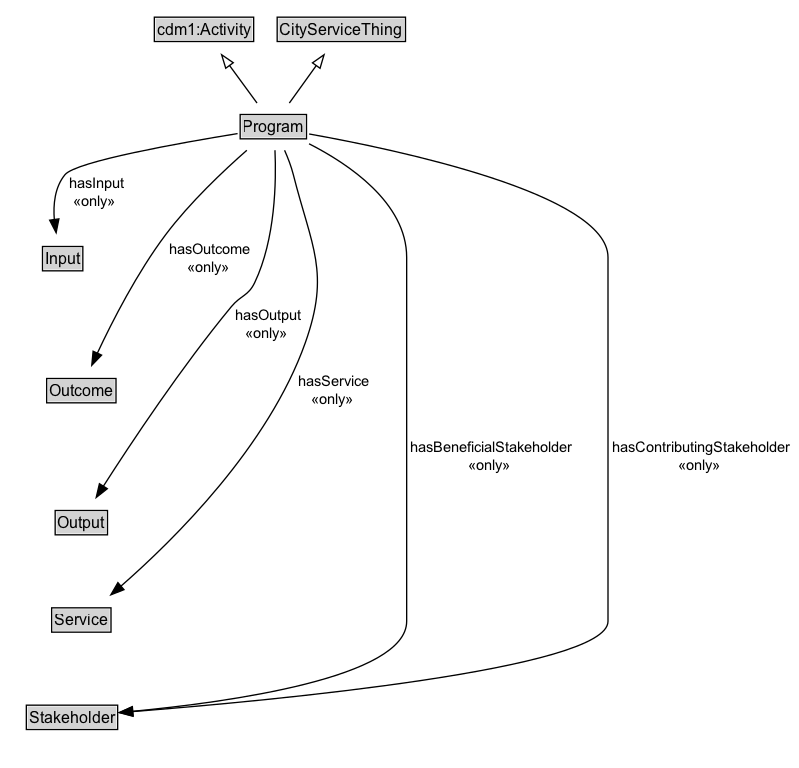
Above: docs/diagrams/Program.dot.png in ISO-TC204/ontology-cdm-p2-v1 (Graphviz), before the change. Its source is kept beside it as docs/diagrams/Program.dot.
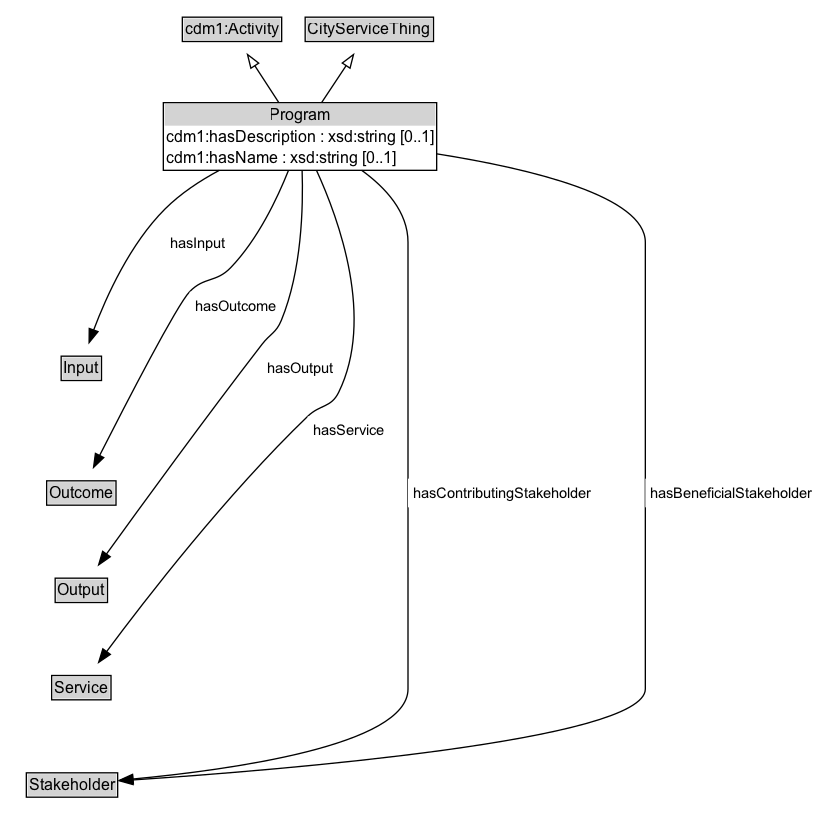
Later version of the same file.

Change to the diagram source:
```diff
@@ -3,21 +3,24 @@
 	node [fontname=Arial fontsize=12 margin=0 shape=none]
 	edge [fontname=Arial fontsize=11]
 	{
+		rank=source
+		cdm1_Activity [label=<<TABLE BORDER="1" CELLBORDER="0" CELLSPACING="0" CELLPADDING="1"><TR><TD BGCOLOR="lightgray" ALIGN="CENTER">cdm1:Activity</TD></TR></TABLE>> URL="https://w3id.org/citydata/part1/v1/Activity" margin=0]
+		CityServiceThing [label=<<TABLE BORDER="1" CELLBORDER="0" CELLSPACING="0" CELLPADDING="1"><TR><TD BGCOLOR="lightgray" ALIGN="CENTER">CityServiceThing</TD></TR></TABLE>> URL="../CityServiceThing" margin=0]
+	}
+	Program [label=<<TABLE BORDER="1" CELLBORDER="0" CELLSPACING="0" CELLPADDING="1"><TR><TD BGCOLOR="lightgray" ALIGN="CENTER">Program</TD></TR><TR><TD ALIGN="LEFT">cdm1:hasDescription : xsd:string [0..1]</TD></TR><TR><TD ALIGN="LEFT">cdm1:hasName : xsd:string [0..1]</TD></TR></TABLE>> URL="../Program" margin=0]
+	{
 		rank=max
-		Program [label=<<TABLE BORDER="1" CELLBORDER="0" CELLSPACING="0" CELLPADDING="1"><TR><TD BGCOLOR="lightgray" ALIGN="CENTER" PORT="e">Program</TD></TR></TABLE>> URL="../Program.md" margin=0]
 	}
 	subgraph cluster_associated {
 		label="" style=invis
 		Invis [label=<<TABLE BORDER="0" CELLBORDER="0" CELLSPACING="0" CELLPADDING="1"><TR><TD></TD></TR></TABLE>> margin=0 style=invis]
-		Input [label=<<TABLE BORDER="1" CELLBORDER="0" CELLSPACING="0" CELLPADDING="1"><TR><TD BGCOLOR="lightgray" ALIGN="CENTER">Input</TD></TR></TABLE>> URL="../Input.md" margin=0]
-		Outcome [label=<<TABLE BORDER="1" CELLBORDER="0" CELLSPACING="0" CELLPADDING="1"><TR><TD BGCOLOR="lightgray" ALIGN="CENTER">Outcome</TD></TR></TABLE>> URL="../Outcome.md" margin=0]
-		Output [label=<<TABLE BORDER="1" CELLBORDER="0" CELLSPACING="0" CELLPADDING="1"><TR><TD BGCOLOR="lightgray" ALIGN="CENTER">Output</TD></TR></TABLE>> URL="../Output.md" margin=0]
-		Service [label=<<TABLE BORDER="1" CELLBORDER="0" CELLSPACING="0" CELLPADDING="1"><TR><TD BGCOLOR="lightgray" ALIGN="CENTER">Service</TD></TR></TABLE>> URL="../Service.md" margin=0]
-		Stakeholder [label=<<TABLE BORDER="1" CELLBORDER="0" CELLSPACING="0" CELLPADDING="1"><TR><TD BGCOLOR="lightgray" ALIGN="CENTER">Stakeholder</TD></TR></TABLE>> URL="../Stakeholder.md" margin=0]
+		Input [label=<<TABLE BORDER="1" CELLBORDER="0" CELLSPACING="0" CELLPADDING="1"><TR><TD BGCOLOR="lightgray" ALIGN="CENTER">Input</TD></TR></TABLE>> URL="../Input" margin=0]
+		Outcome [label=<<TABLE BORDER="1" CELLBORDER="0" CELLSPACING="0" CELLPADDING="1"><TR><TD BGCOLOR="lightgray" ALIGN="CENTER">Outcome</TD></TR></TABLE>> URL="../Outcome" margin=0]
+		Output [label=<<TABLE BORDER="1" CELLBORDER="0" CELLSPACING="0" CELLPADDING="1"><TR><TD BGCOLOR="lightgray" ALIGN="CENTER">Output</TD></TR></TABLE>> URL="../Output" margin=0]
+		Service [label=<<TABLE BORDER="1" CELLBORDER="0" CELLSPACING="0" CELLPADDING="1"><TR><TD BGCOLOR="lightgray" ALIGN="CENTER">Service</TD></TR></TABLE>> URL="../Service" margin=0]
+		Stakeholder [label=<<TABLE BORDER="1" CELLBORDER="0" CELLSPACING="0" CELLPADDING="1"><TR><TD BGCOLOR="lightgray" ALIGN="CENTER">Stakeholder</TD></TR></TABLE>> URL="../Stakeholder" margin=0]
 	}
-	cdm1_Activity [label=<<TABLE BORDER="1" CELLBORDER="0" CELLSPACING="0" CELLPADDING="1"><TR><TD BGCOLOR="lightgray" ALIGN="CENTER">cdm1:Activity</TD></TR></TABLE>> margin=0]
 	Program -> cdm1_Activity [arrowhead=onormal style=solid]
-	CityServiceThing [label=<<TABLE BORDER="1" CELLBORDER="0" CELLSPACING="0" CELLPADDING="1"><TR><TD BGCOLOR="lightgray" ALIGN="CENTER">CityServiceThing</TD></TR></TABLE>> URL="../CityServiceThing.md" margin=0]
 	Program -> CityServiceThing [arrowhead=onormal style=solid]
 	Program -> Invis [style=invis]
 	Invis -> Input [style=invis]
@@ -25,16 +28,15 @@
 	Outcome -> Output [style=invis]
 	Output -> Service [style=invis]
 	Service -> Stakeholder [style=invis]
-	Program -> Stakeholder [label=" hasBeneficialStakeholder
- «only»  " arrowhead=normal style=solid]
-	Program -> Stakeholder [label=" hasContributingStakeholder
- «only»  " arrowhead=normal style=solid]
-	Program -> Input [label=" hasInput
- «only»  " arrowhead=normal style=solid]
-	Program -> Outcome [label=" hasOutcome
- «only»  " arrowhead=normal style=solid]
-	Program -> Output [label=" hasOutput
- «only»  " arrowhead=normal style=solid]
-	Program -> Service [label=" hasService
- «only»  " arrowhead=normal style=solid]
+	Outcome [label=<<TABLE BORDER="1" CELLBORDER="0" CELLSPACING="0" CELLPADDING="1"><TR><TD BGCOLOR="lightgray" ALIGN="CENTER">Outcome</TD></TR></TABLE>> URL="../Outcome" margin=0]
+	Program -> Outcome [label=<<TABLE BORDER="0" CELLBORDER="0" CELLSPACING="0" CELLPADDING="4" BGCOLOR="white"><TR><TD ALIGN="CENTER">hasOutcome</TD></TR></TABLE>> arrowhead=normal style=solid]
+	Stakeholder [label=<<TABLE BORDER="1" CELLBORDER="0" CELLSPACING="0" CELLPADDING="1"><TR><TD BGCOLOR="lightgray" ALIGN="CENTER">Stakeholder</TD></TR></TABLE>> URL="../Stakeholder" margin=0]
+	Program -> Stakeholder [label=<<TABLE BORDER="0" CELLBORDER="0" CELLSPACING="0" CELLPADDING="4" BGCOLOR="white"><TR><TD ALIGN="CENTER">hasContributingStakeholder</TD></TR></TABLE>> arrowhead=normal style=solid]
+	Service [label=<<TABLE BORDER="1" CELLBORDER="0" CELLSPACING="0" CELLPADDING="1"><TR><TD BGCOLOR="lightgray" ALIGN="CENTER">Service</TD></TR></TABLE>> URL="../Service" margin=0]
+	Program -> Service [label=<<TABLE BORDER="0" CELLBORDER="0" CELLSPACING="0" CELLPADDING="4" BGCOLOR="white"><TR><TD ALIGN="CENTER">hasService</TD></TR></TABLE>> arrowhead=normal style=solid]
+	Input [label=<<TABLE BORDER="1" CELLBORDER="0" CELLSPACING="0" CELLPADDING="1"><TR><TD BGCOLOR="lightgray" ALIGN="CENTER">Input</TD></TR></TABLE>> URL="../Input" margin=0]
+	Program -> Input [label=<<TABLE BORDER="0" CELLBORDER="0" CELLSPACING="0" CELLPADDING="4" BGCOLOR="white"><TR><TD ALIGN="CENTER">hasInput</TD></TR></TABLE>> arrowhead=normal style=solid]
+	Program -> Stakeholder [label=<<TABLE BORDER="0" CELLBORDER="0" CELLSPACING="0" CELLPADDING="4" BGCOLOR="white"><TR><TD ALIGN="CENTER">hasBeneficialStakeholder</TD></TR></TABLE>> arrowhead=normal style=solid]
+	Output [label=<<TABLE BORDER="1" CELLBORDER="0" CELLSPACING="0" CELLPADDING="1"><TR><TD BGCOLOR="lightgray" ALIGN="CENTER">Output</TD></TR></TABLE>> URL="../Output" margin=0]
+	Program -> Output [label=<<TABLE BORDER="0" CELLBORDER="0" CELLSPACING="0" CELLPADDING="4" BGCOLOR="white"><TR><TD ALIGN="CENTER">hasOutput</TD></TR></TABLE>> arrowhead=normal style=solid]
 }
```
